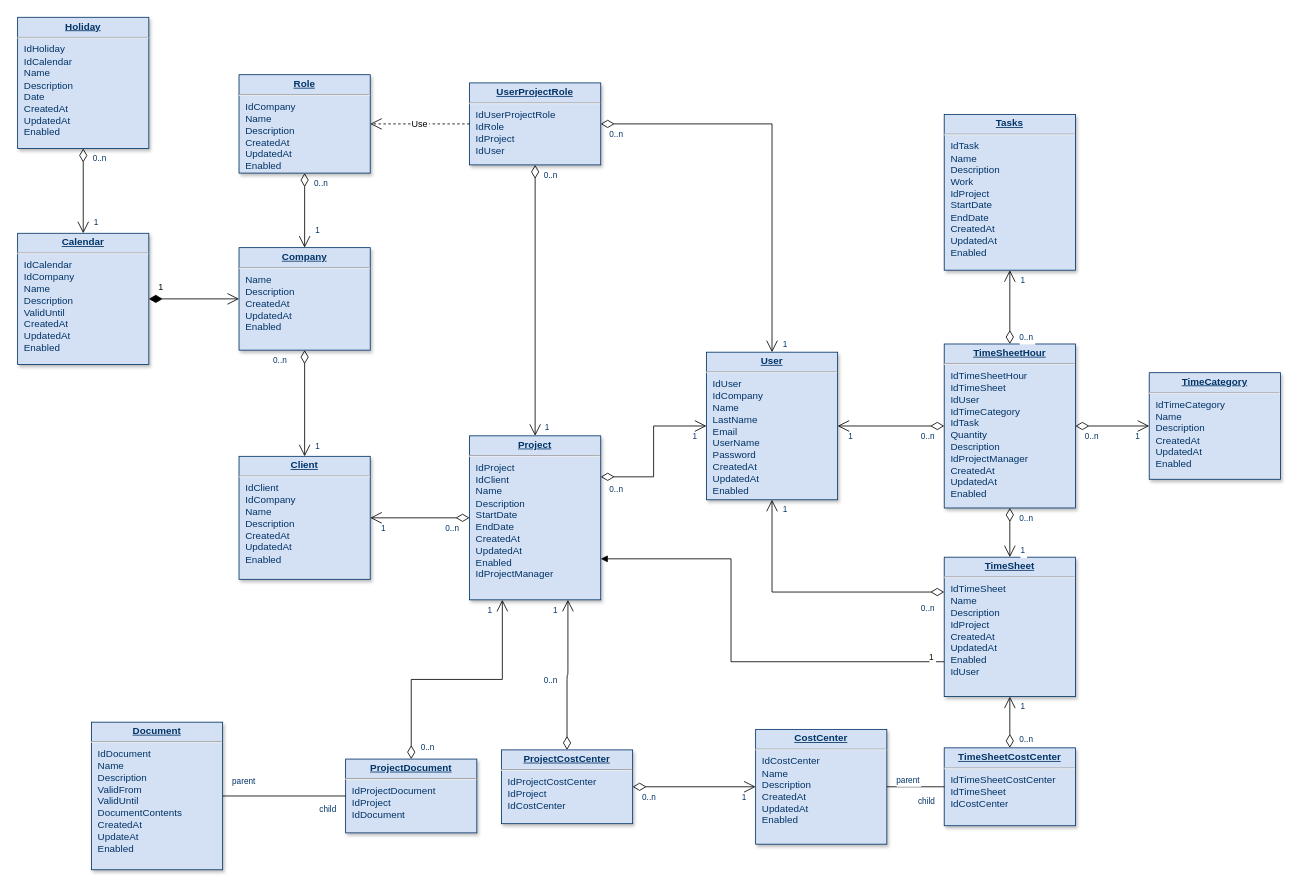
The draw.io diagram Diagrama sin título.drawio in pipeline80/FinanceClimbDB, before the edit. Source tidied: cells renumbered, new cells numbered last; positions are measured from the earlier drawing's top-left corner, leaving out a move shared by most shapes. Both pictures are drawn from the tidied source at 82%, with x=0, y=0 at pixel (17, 17).
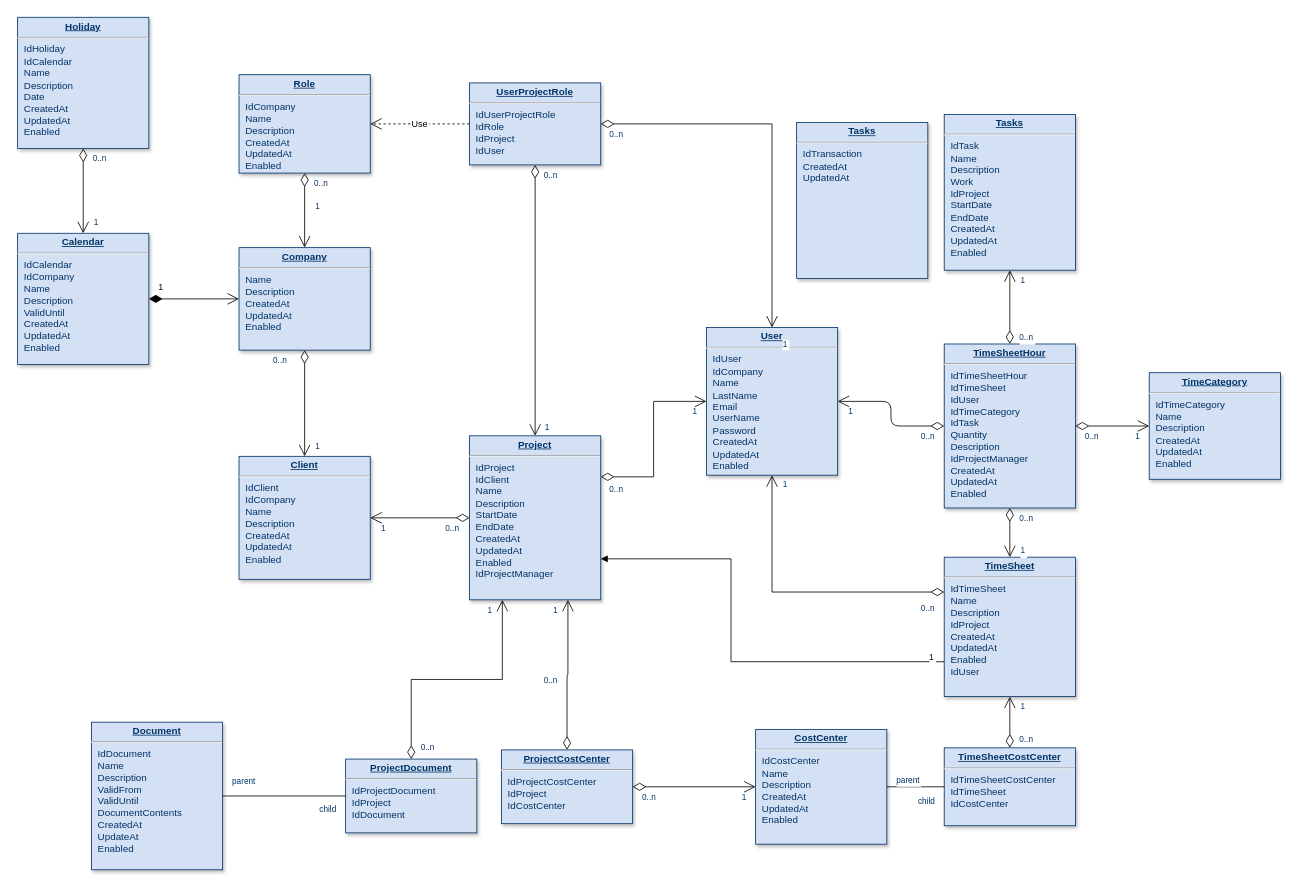
The same diagram, later.

Change to the diagram source:
```diff
@@
     <mxCell id="5" value="&lt;p style=&quot;margin: 0px; margin-top: 4px; text-align: center; text-decoration: underline;&quot;&gt;&lt;strong&gt;User&lt;/strong&gt;&lt;/p&gt;&lt;hr /&gt;&lt;p style=&quot;margin: 0px; margin-left: 8px;&quot;&gt;IdUser&lt;/p&gt;&lt;p style=&quot;margin: 0px; margin-left: 8px;&quot;&gt;IdCompany&lt;/p&gt;&lt;p style=&quot;margin: 0px; margin-left: 8px;&quot;&gt;Name&lt;/p&gt;&lt;p style=&quot;margin: 0px; margin-left: 8px;&quot;&gt;LastName&lt;/p&gt;&lt;p style=&quot;margin: 0px; margin-left: 8px;&quot;&gt;Email&lt;/p&gt;&lt;p style=&quot;margin: 0px; margin-left: 8px;&quot;&gt;UserName&lt;/p&gt;&lt;p style=&quot;margin: 0px; margin-left: 8px;&quot;&gt;Password&lt;/p&gt;&lt;p style=&quot;margin: 0px; margin-left: 8px;&quot;&gt;CreatedAt&lt;/p&gt;&lt;p style=&quot;margin: 0px; margin-left: 8px;&quot;&gt;UpdatedAt&lt;/p&gt;&lt;p style=&quot;margin: 0px; margin-left: 8px;&quot;&gt;Enabled&lt;/p&gt;" style="verticalAlign=top;align=left;overflow=fill;fontSize=12;fontFamily=Helvetica;html=1;strokeColor=#003366;shadow=1;fillColor=#D4E1F5;fontColor=#003366;" parent="1" vertex="1">
-      <mxGeometry x="840" y="408" width="160" height="180" as="geometry" />
+      <mxGeometry x="840" y="378" width="160" height="180" as="geometry" />
     </mxCell>
@@
+    <mxCell id="77" value="&lt;p style=&quot;margin: 0px; margin-top: 4px; text-align: center; text-decoration: underline;&quot;&gt;&lt;strong&gt;Tasks&lt;/strong&gt;&lt;/p&gt;&lt;hr&gt;&lt;p style=&quot;margin: 0px; margin-left: 8px;&quot;&gt;IdTransaction&lt;/p&gt;&lt;p style=&quot;margin: 0px; margin-left: 8px;&quot;&gt;CreatedAt&lt;/p&gt;&lt;p style=&quot;margin: 0px; margin-left: 8px;&quot;&gt;UpdatedAt&lt;/p&gt;&lt;p style=&quot;margin: 0px; margin-left: 8px;&quot;&gt;&lt;br&gt;&lt;/p&gt;" style="verticalAlign=top;align=left;overflow=fill;fontSize=12;fontFamily=Helvetica;html=1;strokeColor=#003366;shadow=1;fillColor=#D4E1F5;fontColor=#003366;" parent="1" vertex="1">
+      <mxGeometry x="950" y="128" width="160" height="190" as="geometry" />
+    </mxCell>
```
